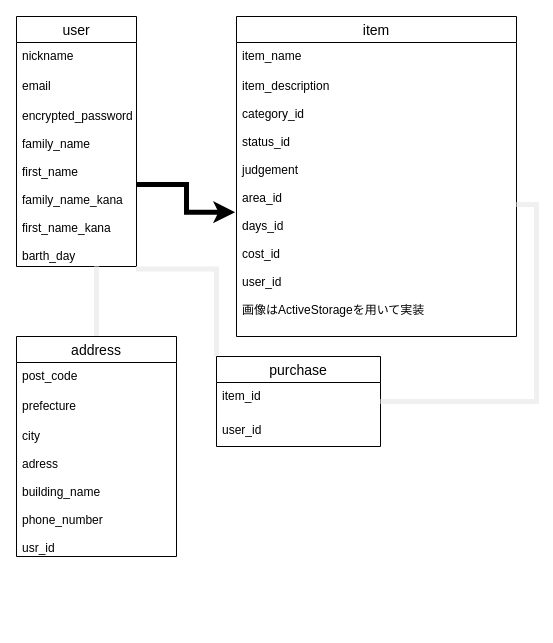
This is test.dio from syunsuke-png/furima-35271, a draw.io file, before an edit. Source tidied: cells renumbered, new cells numbered last; positions are measured from the earlier drawing's top-left corner, leaving out a move shared by most shapes. Both pictures are drawn from the tidied source at 100%, with x=0, y=0 at pixel (16, 16).
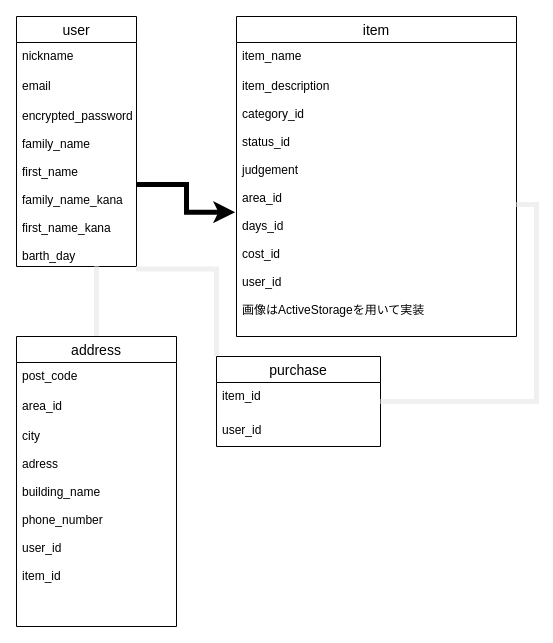
The same diagram, later.

Diff of the diagram source:
```diff
@@
 <mxGraphModel>
   <root>
     <mxCell id="0" />
     <mxCell id="1" parent="0" />
     <mxCell id="2" value="user" style="swimlane;fontStyle=0;horizontal=1;startSize=26;align=center;fontSize=14;" parent="1" vertex="1">
       <mxGeometry width="120" height="250" as="geometry" />
     </mxCell>
     <mxCell id="3" value="nickname" style="text;strokeColor=none;fillColor=none;spacingLeft=4;spacingRight=4;overflow=hidden;fontSize=12;" parent="2" vertex="1">
       <mxGeometry y="26" width="120" height="30" as="geometry" />
     </mxCell>
     <mxCell id="4" value="email" style="text;strokeColor=none;fillColor=none;spacingLeft=4;spacingRight=4;overflow=hidden;fontSize=12;" parent="2" vertex="1">
       <mxGeometry y="56" width="120" height="30" as="geometry" />
     </mxCell>
     <mxCell id="5" value="encrypted_password&#10;&#10;family_name&#10;&#10;first_name&#10;&#10;family_name_kana&#10;&#10;first_name_kana&#10;&#10;barth_day&#10;" style="text;strokeColor=none;fillColor=none;spacingLeft=4;spacingRight=4;overflow=hidden;points=[[0,0.5],[1,0.5]];portConstraint=eastwest;fontSize=12;" parent="2" vertex="1">
       <mxGeometry y="86" width="120" height="164" as="geometry" />
     </mxCell>
     <mxCell id="6" value="item" style="swimlane;fontStyle=0;horizontal=1;startSize=26;align=center;fontSize=14;" parent="1" vertex="1">
       <mxGeometry x="220" width="280" height="320" as="geometry" />
     </mxCell>
     <mxCell id="7" value="item_name" style="text;strokeColor=none;fillColor=none;spacingLeft=4;spacingRight=4;overflow=hidden;fontSize=12;" parent="6" vertex="1">
       <mxGeometry y="26" width="280" height="30" as="geometry" />
     </mxCell>
     <mxCell id="8" value="item_description&#10;&#10;category_id&#10;&#10;status_id&#10;&#10;judgement&#10;&#10;area_id&#10;&#10;days_id&#10;&#10;cost_id&#10;&#10;user_id&#10;&#10;画像はActiveStorageを用いて実装&#10;&#10;" style="text;strokeColor=none;fillColor=none;spacingLeft=4;spacingRight=4;overflow=hidden;points=[[0,0.5],[1,0.5]];portConstraint=eastwest;fontSize=12;" parent="6" vertex="1">
       <mxGeometry y="56" width="280" height="264" as="geometry" />
     </mxCell>
     <mxCell id="9" style="edgeStyle=orthogonalEdgeStyle;rounded=0;jettySize=auto;html=1;entryX=-0.005;entryY=0.529;entryDx=0;entryDy=0;entryPerimeter=0;targetPerimeterSpacing=0;endArrow=classic;endFill=1;strokeWidth=5;" parent="1" edge="1" source="5" target="8">
       <mxGeometry relative="1" as="geometry" />
     </mxCell>
     <mxCell id="10" style="edgeStyle=orthogonalEdgeStyle;rounded=0;jettySize=auto;html=1;exitX=0.5;exitY=0;exitDx=0;exitDy=0;entryX=0.667;entryY=1;entryDx=0;entryDy=0;entryPerimeter=0;endArrow=none;endFill=0;targetPerimeterSpacing=0;strokeColor=#f0f0f0;strokeWidth=5;" parent="1" edge="1" source="11" target="5">
       <mxGeometry relative="1" as="geometry" />
     </mxCell>
     <mxCell id="11" value="address" style="swimlane;fontStyle=0;horizontal=1;startSize=26;align=center;fontSize=14;" parent="1" vertex="1">
-      <mxGeometry y="320" width="160" height="220" as="geometry" />
+      <mxGeometry y="320" width="160" height="290" as="geometry" />
     </mxCell>
     <mxCell id="12" value="post_code" style="text;strokeColor=none;fillColor=none;spacingLeft=4;spacingRight=4;overflow=hidden;fontSize=12;" parent="11" vertex="1">
       <mxGeometry y="26" width="160" height="30" as="geometry" />
     </mxCell>
-    <mxCell id="13" value="prefecture" style="text;strokeColor=none;fillColor=none;spacingLeft=4;spacingRight=4;overflow=hidden;fontSize=12;" parent="11" vertex="1">
+    <mxCell id="13" value="area_id" style="text;strokeColor=none;fillColor=none;spacingLeft=4;spacingRight=4;overflow=hidden;fontSize=12;" parent="11" vertex="1">
       <mxGeometry y="56" width="160" height="30" as="geometry" />
     </mxCell>
-    <mxCell id="14" value="city&#10;&#10;adress&#10;&#10;building_name&#10;&#10;phone_number&#10;&#10;usr_id" style="text;strokeColor=none;fillColor=none;spacingLeft=4;spacingRight=4;overflow=hidden;fontSize=12;" parent="11" vertex="1">
-      <mxGeometry y="86" width="160" height="134" as="geometry" />
+    <mxCell id="14" value="city&#10;&#10;adress&#10;&#10;building_name&#10;&#10;phone_number&#10;&#10;user_id&#10;&#10;item_id&#10;" style="text;strokeColor=none;fillColor=none;spacingLeft=4;spacingRight=4;overflow=hidden;fontSize=12;" parent="11" vertex="1">
+      <mxGeometry y="86" width="160" height="204" as="geometry" />
     </mxCell>
     <mxCell id="15" style="edgeStyle=orthogonalEdgeStyle;rounded=0;jettySize=auto;html=1;exitX=0;exitY=0;exitDx=0;exitDy=0;entryX=0.996;entryY=1.015;entryDx=0;entryDy=0;entryPerimeter=0;endArrow=none;endFill=0;targetPerimeterSpacing=0;strokeColor=#f0f0f0;strokeWidth=5;" parent="1" edge="1" source="16" target="5">
       <mxGeometry relative="1" as="geometry" />
     </mxCell>
     <mxCell id="16" value="purchase" style="swimlane;fontStyle=0;horizontal=1;startSize=26;align=center;fontSize=14;" parent="1" vertex="1">
       <mxGeometry x="200" y="340" width="164" height="90" as="geometry" />
     </mxCell>
     <mxCell id="17" value="item_id" style="text;strokeColor=none;fillColor=none;spacingLeft=4;spacingRight=4;overflow=hidden;fontSize=12;" parent="16" vertex="1">
       <mxGeometry y="26" width="164" height="34" as="geometry" />
     </mxCell>
     <mxCell id="18" value="user_id" style="text;strokeColor=none;fillColor=none;spacingLeft=4;spacingRight=4;overflow=hidden;fontSize=12;" parent="16" vertex="1">
       <mxGeometry y="60" width="164" height="30" as="geometry" />
     </mxCell>
     <mxCell id="19" style="edgeStyle=orthogonalEdgeStyle;rounded=0;jettySize=auto;html=1;exitX=1;exitY=0.5;exitDx=0;exitDy=0;entryX=1;entryY=0.5;entryDx=0;entryDy=0;endArrow=none;endFill=0;targetPerimeterSpacing=0;strokeColor=#f0f0f0;strokeWidth=5;" parent="1" edge="1" source="8" target="16">
       <mxGeometry relative="1" as="geometry" />
     </mxCell>
   </root>
 </mxGraphModel>
```
